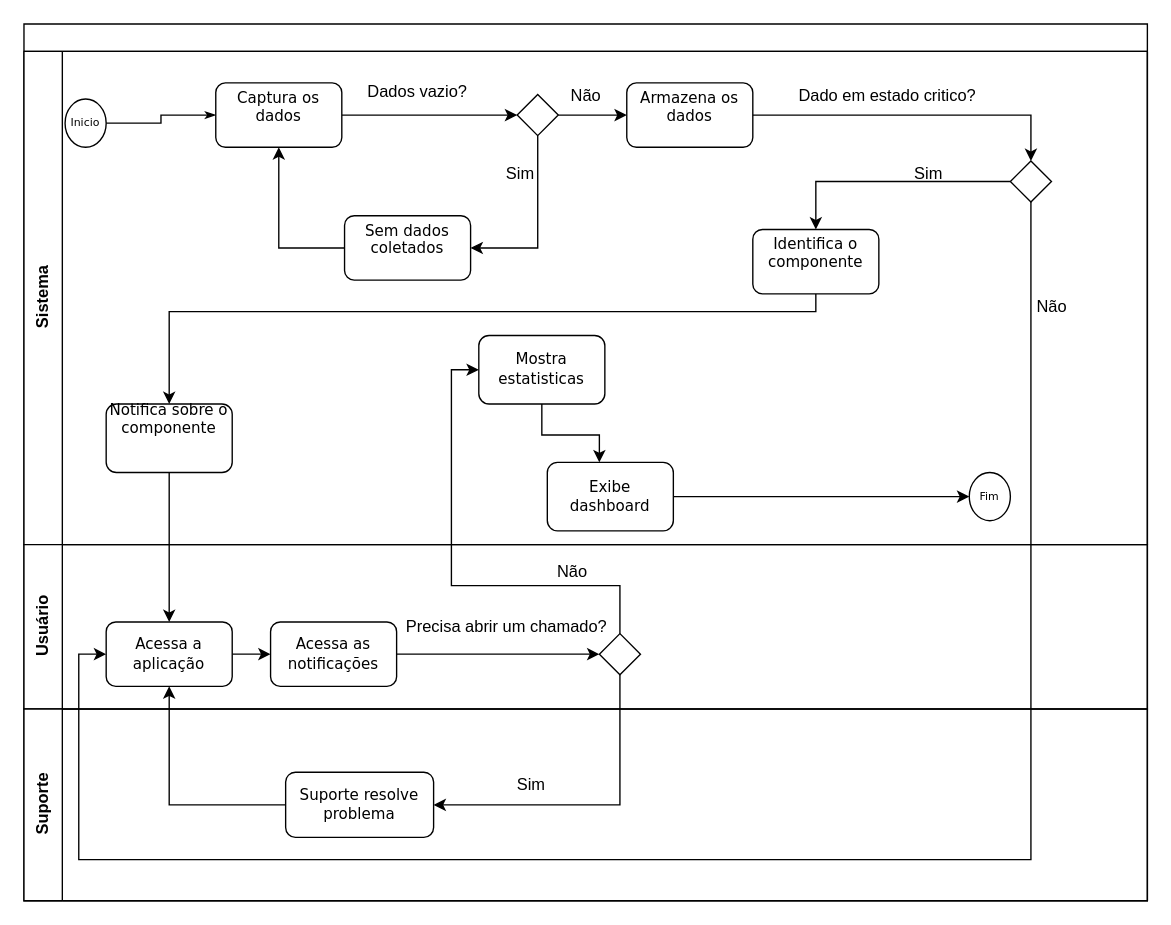
The draw.io diagram documentação/AnaliseDeSistemas/BpmnTotensTechMicro .drawio in rafaelrodriguesbandtec/TotensTech, before the edit. Source tidied: cells renumbered, new cells numbered last; positions are measured from the earlier drawing's top-left corner, leaving out a move shared by most shapes. Both pictures are drawn from the tidied source at 137%, with x=0, y=0 at pixel (23, 23).
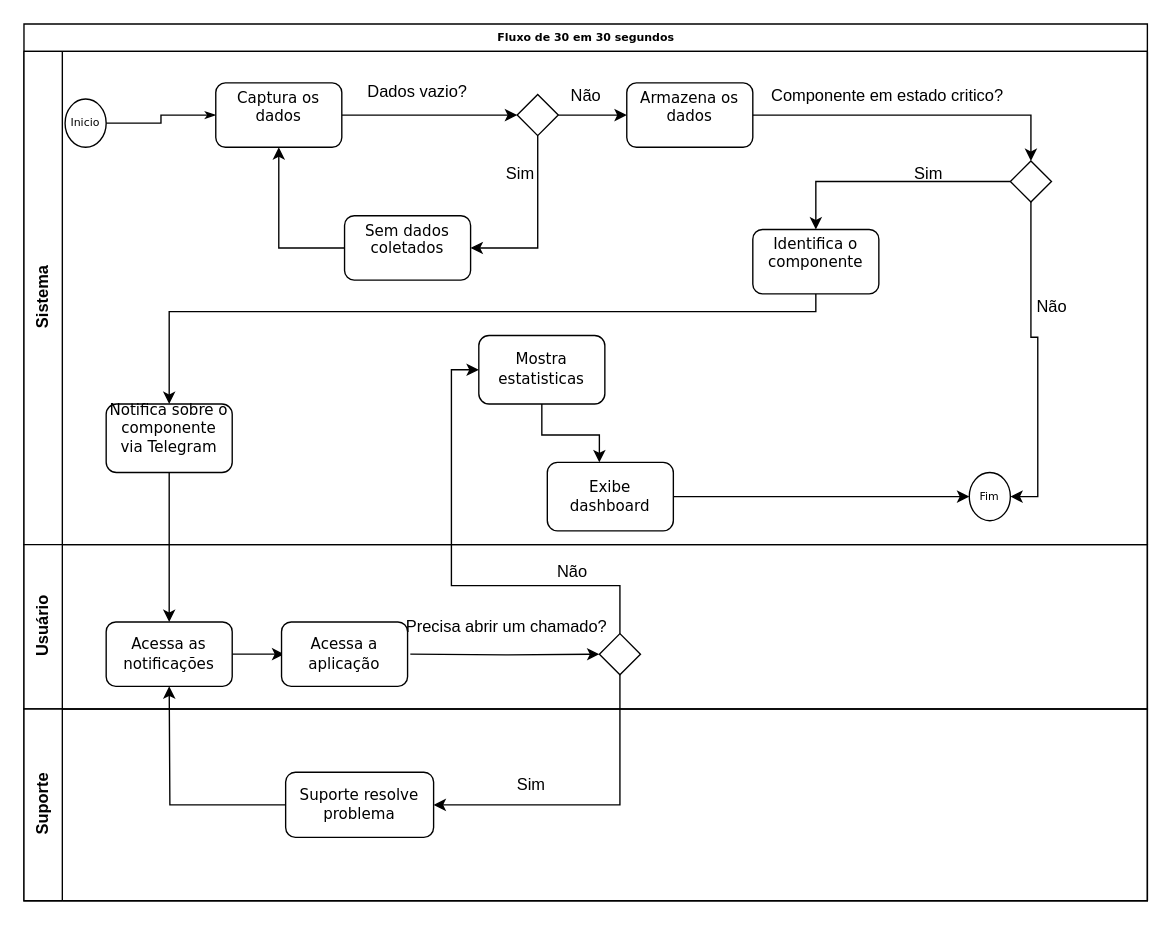
The same diagram, later.

Commit message (it also covers changes not shown here):
Att dos bpmn de acordo com o ajuste falando com o gerson

The change refers to these unchanged cells:
```xml
<mxCell id="3" value="Sistema&lt;br&gt;" style="swimlane;html=1;startSize=28;horizontal=0;" parent="2" vertex="1">
  <mxGeometry y="20" width="820" height="360" as="geometry" />
</mxCell>
<mxCell id="18" style="rhombus;whiteSpace=wrap;html=1;" parent="3" vertex="1">
  <mxGeometry x="720" y="80" width="30" height="30" as="geometry" />
</mxCell>
<mxCell id="30" value="Fim&lt;br&gt;" style="ellipse;whiteSpace=wrap;html=1;rounded=0;shadow=0;labelBackgroundColor=none;strokeWidth=1;fontFamily=Verdana;fontSize=8;align=center;" parent="3" vertex="1">
  <mxGeometry x="690" y="307.4" width="30" height="35.2" as="geometry" />
</mxCell>
<mxCell id="32" value="Usuário&lt;br&gt;" style="swimlane;html=1;startSize=28;horizontal=0;" parent="2" vertex="1">
  <mxGeometry y="380" width="820" height="120" as="geometry" />
</mxCell>
<mxCell id="37" style="rhombus;whiteSpace=wrap;html=1;" parent="32" vertex="1">
  <mxGeometry x="420" y="65" width="30" height="30" as="geometry" />
</mxCell>
<mxCell id="43" value="&lt;font style=&quot;font-size: 11px&quot;&gt;Suporte resolve problema&lt;br&gt;&lt;/font&gt;" style="rounded=1;whiteSpace=wrap;html=1;shadow=0;labelBackgroundColor=none;strokeWidth=1;fontFamily=Verdana;fontSize=8;align=center;" parent="42" vertex="1">
  <mxGeometry x="191" y="46.2" width="108" height="47.5" as="geometry" />
</mxCell>
```

Change to the diagram source:
```diff
@@
-    <mxCell id="2" value="&lt;br&gt;" style="swimlane;html=1;horizontal=1;startSize=20;rounded=0;shadow=0;labelBackgroundColor=none;strokeWidth=1;fontFamily=Verdana;fontSize=8;align=center;" parent="1" vertex="1">
+    <mxCell id="2" value="Fluxo de 30 em 30 segundos" style="swimlane;html=1;horizontal=1;startSize=20;rounded=0;shadow=0;labelBackgroundColor=none;strokeWidth=1;fontFamily=Verdana;fontSize=8;align=center;" parent="1" vertex="1">
       <mxGeometry width="820" height="640" as="geometry" />
     </mxCell>
@@
-    <mxCell id="15" value="Dado em estado critico?" style="text;html=1;align=center;verticalAlign=middle;" parent="3" vertex="1">
-      <mxGeometry x="560" y="23" width="140" height="20" as="geometry" />
+    <mxCell id="15" value="Componente em estado critico?" style="text;html=1;align=center;verticalAlign=middle;" parent="3" vertex="1">
+      <mxGeometry x="540" y="23" width="180" height="20" as="geometry" />
     </mxCell>
@@
+    <mxCell id="49" style="edgeStyle=orthogonalEdgeStyle;rounded=0;jettySize=auto;html=1;entryX=1;entryY=0.5;entryDx=0;entryDy=0;" parent="3" edge="1" source="18" target="30">
+      <mxGeometry relative="1" as="geometry" />
+    </mxCell>
@@
-    <mxCell id="26" value="&lt;font style=&quot;font-size: 11px&quot;&gt;Notifica sobre o componente&lt;br&gt;&lt;br&gt;&lt;br&gt;&lt;/font&gt;" style="rounded=1;whiteSpace=wrap;html=1;shadow=0;labelBackgroundColor=none;strokeWidth=1;fontFamily=Verdana;fontSize=8;align=center;" parent="3" vertex="1">
+    <mxCell id="26" value="&lt;font style=&quot;font-size: 11px&quot;&gt;Notifica sobre o componente&lt;br&gt;via Telegram&lt;br&gt;&lt;br&gt;&lt;/font&gt;" style="rounded=1;whiteSpace=wrap;html=1;shadow=0;labelBackgroundColor=none;strokeWidth=1;fontFamily=Verdana;fontSize=8;align=center;" parent="3" vertex="1">
       <mxGeometry x="60" y="257.4" width="92" height="50" as="geometry" />
     </mxCell>
@@
-    <mxCell id="34" style="edgeStyle=orthogonalEdgeStyle;rounded=0;jettySize=auto;html=1;" parent="32" edge="1" source="35" target="36">
-      <mxGeometry relative="1" as="geometry" />
+    <mxCell id="34" style="edgeStyle=orthogonalEdgeStyle;rounded=0;orthogonalLoop=1;jettySize=auto;html=1;" parent="32" edge="1">
+      <mxGeometry relative="1" as="geometry">
+        <mxPoint x="152" y="80" as="sourcePoint" />
+        <mxPoint x="190" y="80" as="targetPoint" />
+      </mxGeometry>
     </mxCell>
-    <mxCell id="35" value="&lt;font style=&quot;font-size: 11px&quot;&gt;Acessa a aplicação&lt;br&gt;&lt;/font&gt;" style="rounded=1;whiteSpace=wrap;html=1;shadow=0;labelBackgroundColor=none;strokeWidth=1;fontFamily=Verdana;fontSize=8;align=center;" parent="32" vertex="1">
-      <mxGeometry x="60" y="56.5" width="92" height="47" as="geometry" />
-    </mxCell>
-    <mxCell id="36" value="&lt;font style=&quot;font-size: 11px&quot;&gt;Acessa as notificações&lt;br&gt;&lt;/font&gt;" style="rounded=1;whiteSpace=wrap;html=1;shadow=0;labelBackgroundColor=none;strokeWidth=1;fontFamily=Verdana;fontSize=8;align=center;" parent="32" vertex="1">
-      <mxGeometry x="180" y="56.5" width="92" height="47" as="geometry" />
-    </mxCell>
@@
-    <mxCell id="38" style="edgeStyle=orthogonalEdgeStyle;rounded=0;jettySize=auto;html=1;" parent="32" edge="1" source="36" target="37">
-      <mxGeometry relative="1" as="geometry" />
+    <mxCell id="38" style="edgeStyle=orthogonalEdgeStyle;rounded=0;jettySize=auto;html=1;" parent="32" edge="1" target="37">
+      <mxGeometry relative="1" as="geometry">
+        <mxPoint x="282" y="80" as="sourcePoint" />
+      </mxGeometry>
     </mxCell>
@@
+    <mxCell id="36" value="&lt;font style=&quot;font-size: 11px&quot;&gt;Acessa as notificações&lt;br&gt;&lt;/font&gt;" style="rounded=1;whiteSpace=wrap;html=1;shadow=0;labelBackgroundColor=none;strokeWidth=1;fontFamily=Verdana;fontSize=8;align=center;" parent="32" vertex="1">
+      <mxGeometry x="60" y="56.5" width="92" height="47" as="geometry" />
+    </mxCell>
+    <mxCell id="35" value="&lt;font style=&quot;font-size: 11px&quot;&gt;Acessa a aplicação&lt;br&gt;&lt;/font&gt;" style="rounded=1;whiteSpace=wrap;html=1;shadow=0;labelBackgroundColor=none;strokeWidth=1;fontFamily=Verdana;fontSize=8;align=center;" parent="32" vertex="1">
+      <mxGeometry x="188" y="56.5" width="92" height="47" as="geometry" />
+    </mxCell>
-    <mxCell id="41" style="edgeStyle=orthogonalEdgeStyle;rounded=0;jettySize=auto;html=1;exitX=0.5;exitY=1;exitDx=0;exitDy=0;" parent="2" edge="1" source="26" target="35">
-      <mxGeometry relative="1" as="geometry" />
+    <mxCell id="41" style="edgeStyle=orthogonalEdgeStyle;rounded=0;jettySize=auto;html=1;exitX=0.5;exitY=1;exitDx=0;exitDy=0;" parent="2" edge="1" source="26">
+      <mxGeometry relative="1" as="geometry">
+        <mxPoint x="106" y="436.5" as="targetPoint" />
+      </mxGeometry>
     </mxCell>
@@
-    <mxCell id="45" style="edgeStyle=orthogonalEdgeStyle;rounded=0;jettySize=auto;html=1;entryX=0.5;entryY=1;entryDx=0;entryDy=0;" parent="2" edge="1" source="43" target="35">
-      <mxGeometry relative="1" as="geometry" />
+    <mxCell id="45" style="edgeStyle=orthogonalEdgeStyle;rounded=0;jettySize=auto;html=1;entryX=0.5;entryY=1;entryDx=0;entryDy=0;" parent="2" edge="1" source="43">
+      <mxGeometry relative="1" as="geometry">
+        <mxPoint x="106" y="483.5" as="targetPoint" />
+      </mxGeometry>
     </mxCell>
@@
-    <mxCell id="48" style="edgeStyle=orthogonalEdgeStyle;rounded=0;jettySize=auto;html=1;" parent="2" edge="1" source="18" target="35">
-      <mxGeometry relative="1" as="geometry">
-        <Array as="points">
-          <mxPoint x="735" y="610" />
-          <mxPoint x="40" y="610" />
-          <mxPoint x="40" y="460" />
-        </Array>
-      </mxGeometry>
-    </mxCell>
```
